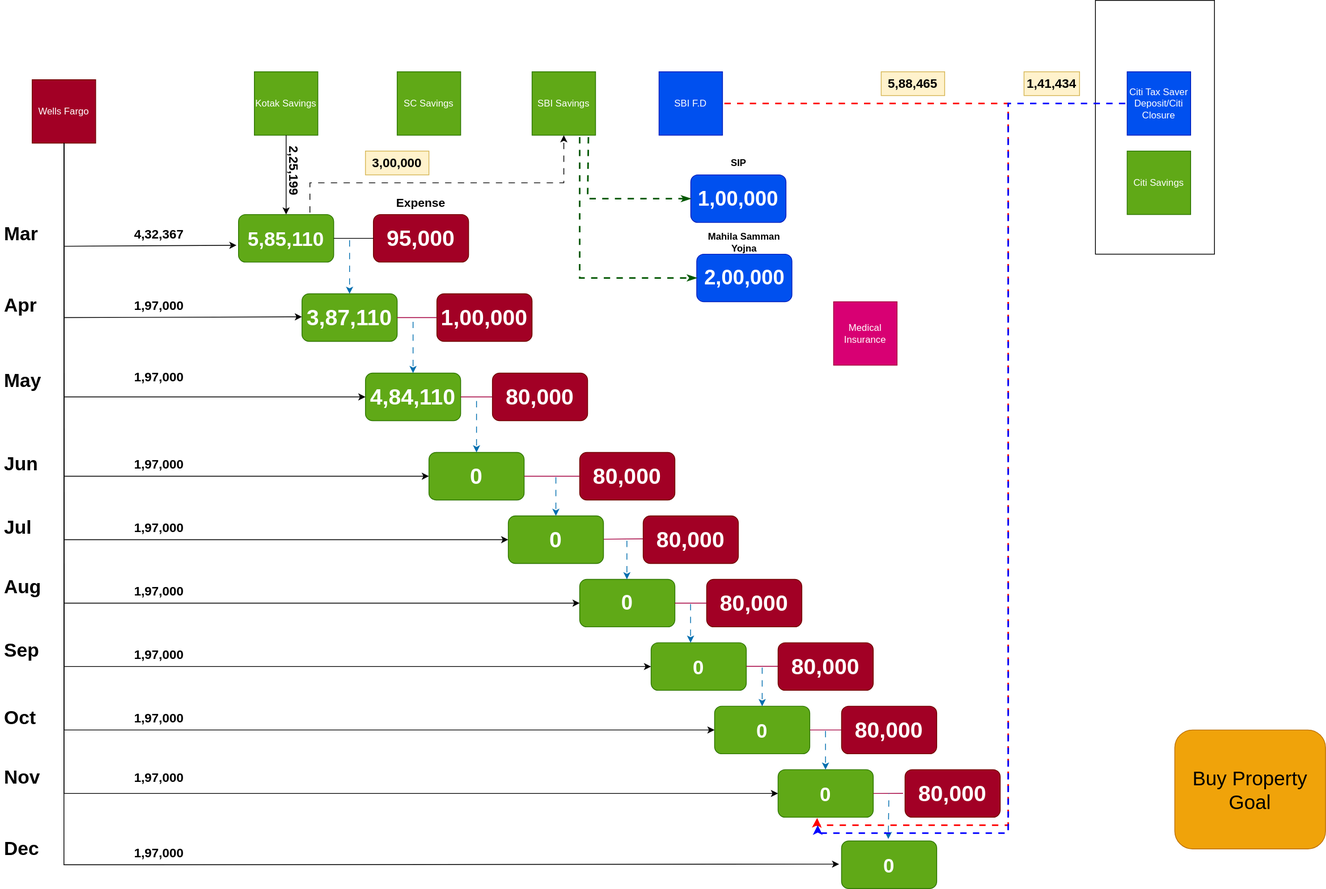
Earlier version of the draw.io export Investments.drawio.svg (uchiharizvi/design-diagrams). Source tidied: cells renumbered, new cells last; positions are measured from the earlier drawing's top-left corner, leaving out a move shared by most shapes.
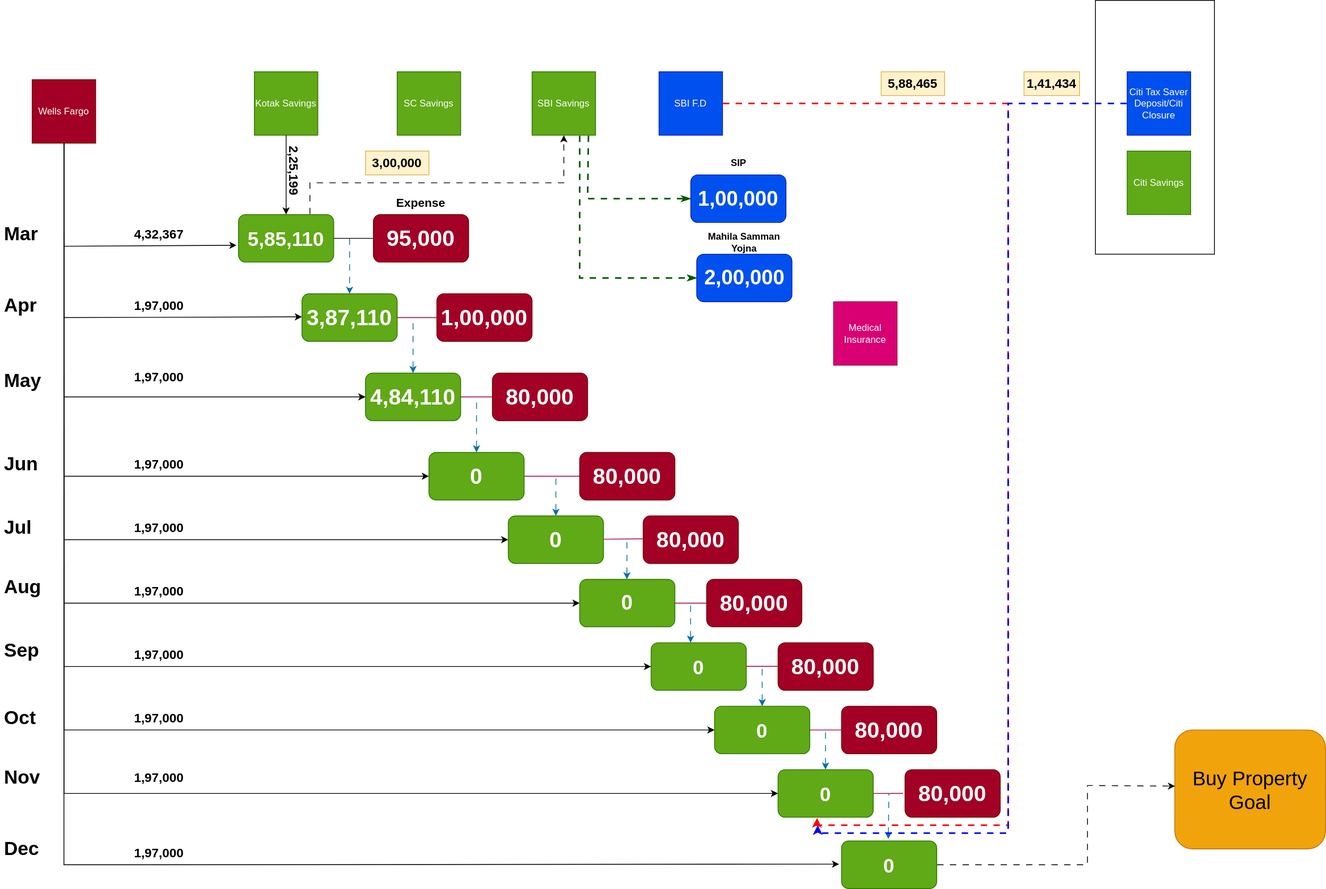
Above is the later version.

What changed in the source:
```diff
@@ -400,5 +400,13 @@
         </Array>
       </mxGeometry>
     </mxCell>
+    <mxCell id="94" style="endArrow=classic;html=1;rounded=0;exitX=1;exitY=0.5;exitDx=0;exitDy=0;entryX=0.002;entryY=0.472;entryDx=0;entryDy=0;entryPerimeter=0;fixDash=1;flowAnimation=1;" parent="1" edge="1" source="79" target="87">
+      <mxGeometry relative="1" as="geometry">
+        <Array as="points">
+          <mxPoint x="1370" y="1090" />
+          <mxPoint x="1370" y="990" />
+        </Array>
+      </mxGeometry>
+    </mxCell>
   </root>
 </mxGraphModel>
```
